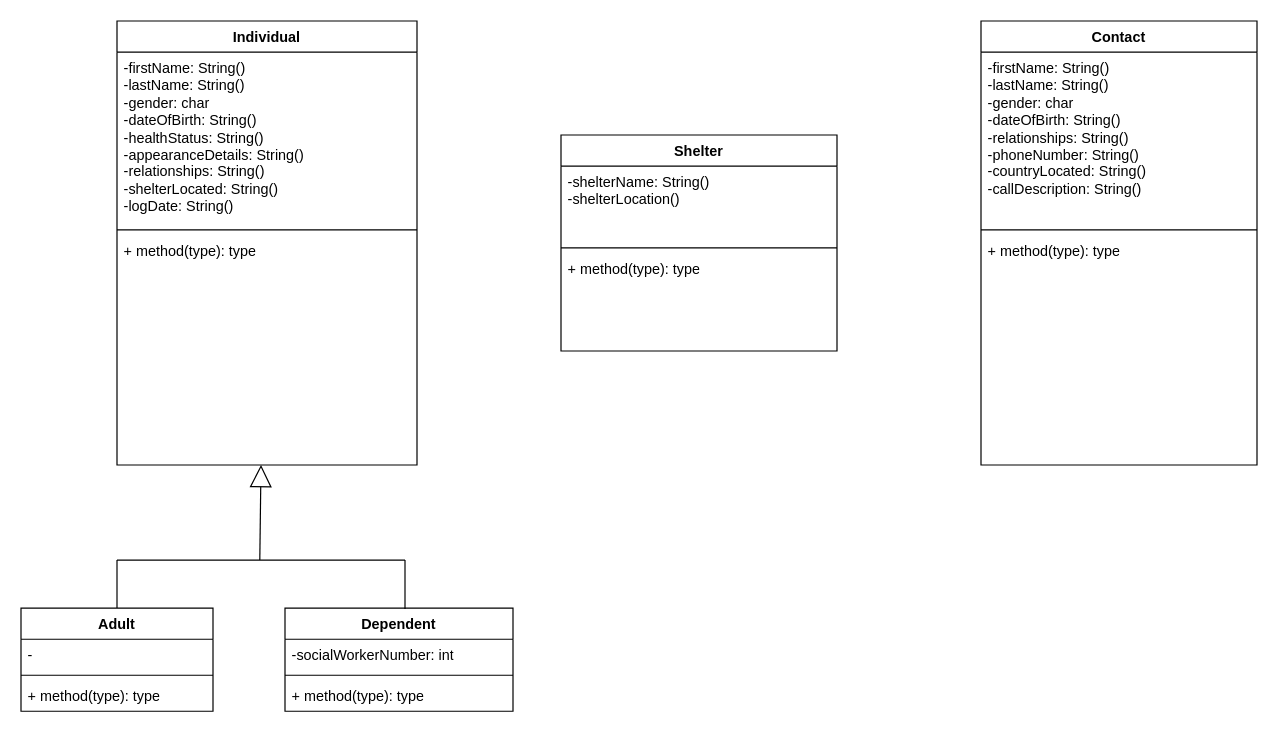
The draw.io diagram disaster_recover_UML_25.drawio in ENSF-380-Group-25/Project-1, before the edit. Source tidied: cells renumbered, new cells numbered last; positions are measured from the earlier drawing's top-left corner, leaving out a move shared by most shapes. Both pictures are drawn from the tidied source at 120%, with x=0, y=0 at pixel (20, 20).
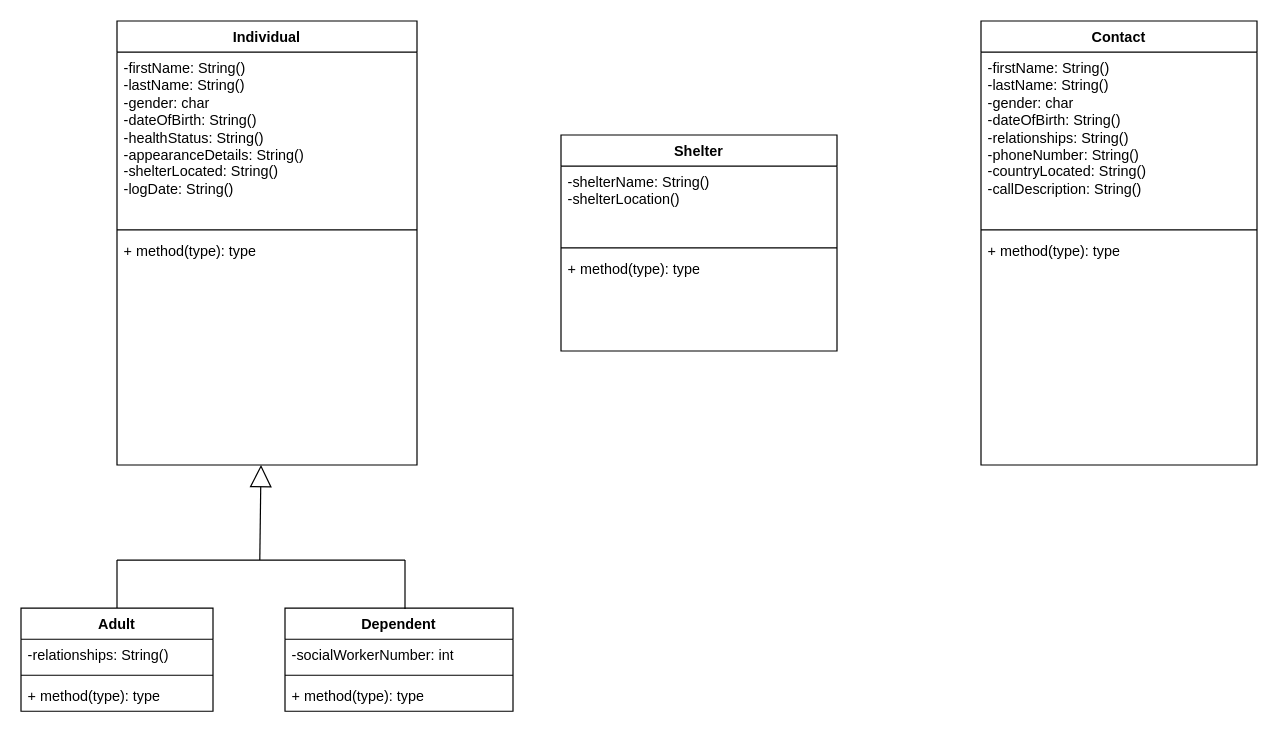
After the change.

The change refers to these unchanged cells:
```xml
<mxCell id="2" value="Individual" style="swimlane;fontStyle=1;align=center;verticalAlign=top;horizontal=1;startSize=26;whiteSpace=wrap;html=1;" parent="1" vertex="1">
  <mxGeometry x="80" width="250" height="370" as="geometry" />
</mxCell>
<mxCell id="7" value="Adult" style="swimlane;fontStyle=1;align=center;verticalAlign=top;horizontal=1;startSize=26;whiteSpace=wrap;html=1;" parent="1" vertex="1">
  <mxGeometry y="489.2" width="160" height="86" as="geometry" />
</mxCell>
```

What changed in the source:
```diff
@@
-    <mxCell id="3" value="-firstName: String()&lt;div&gt;-lastName: String()&lt;/div&gt;&lt;div&gt;-gender: char&lt;/div&gt;&lt;div&gt;-dateOfBirth: String()&lt;/div&gt;&lt;div&gt;-healthStatus: String()&lt;/div&gt;&lt;div&gt;-appearanceDetails: String()&lt;/div&gt;&lt;div&gt;-relationships: String()&lt;/div&gt;&lt;div&gt;-shelterLocated: String()&lt;/div&gt;&lt;div&gt;-logDate: String()&lt;/div&gt;&lt;div&gt;&lt;br&gt;&lt;/div&gt;&lt;div&gt;&lt;br&gt;&lt;/div&gt;" style="text;strokeColor=none;fillColor=none;align=left;verticalAlign=top;spacingLeft=4;spacingRight=4;overflow=hidden;whiteSpace=wrap;html=1;" parent="2" vertex="1">
+    <mxCell id="3" value="-firstName: String()&lt;div&gt;-lastName: String()&lt;/div&gt;&lt;div&gt;-gender: char&lt;/div&gt;&lt;div&gt;-dateOfBirth: String()&lt;/div&gt;&lt;div&gt;-healthStatus: String()&lt;/div&gt;&lt;div&gt;-appearanceDetails: String()&lt;/div&gt;&lt;div&gt;-shelterLocated: String()&lt;/div&gt;&lt;div&gt;-logDate: String()&lt;/div&gt;&lt;div&gt;&lt;br&gt;&lt;/div&gt;&lt;div&gt;&lt;br&gt;&lt;/div&gt;" style="text;strokeColor=none;fillColor=none;align=left;verticalAlign=top;spacingLeft=4;spacingRight=4;overflow=hidden;whiteSpace=wrap;html=1;" parent="2" vertex="1">
       <mxGeometry y="26" width="250" height="144" as="geometry" />
     </mxCell>
@@
-    <mxCell id="8" value="-" style="text;strokeColor=none;fillColor=none;align=left;verticalAlign=top;spacingLeft=4;spacingRight=4;overflow=hidden;whiteSpace=wrap;html=1;" parent="7" vertex="1">
+    <mxCell id="8" value="-relationships: String()" style="text;strokeColor=none;fillColor=none;align=left;verticalAlign=top;spacingLeft=4;spacingRight=4;overflow=hidden;whiteSpace=wrap;html=1;" parent="7" vertex="1">
       <mxGeometry y="26" width="160" height="26" as="geometry" />
     </mxCell>
```
